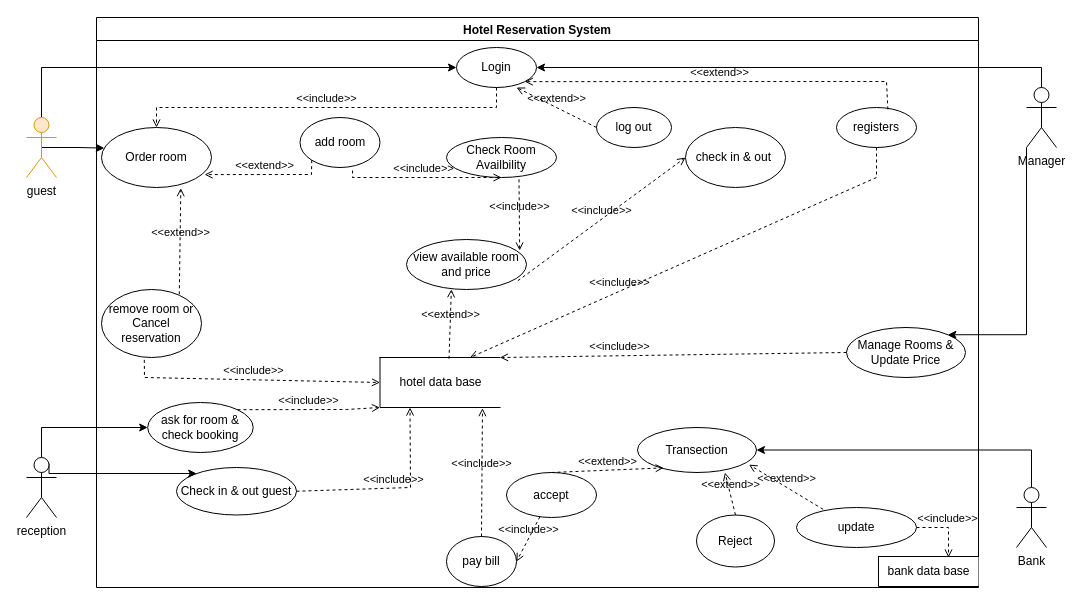
Earlier version of the draw.io diagram use case Vol3.drawio (AhmedTarek-95/System-Desine). Source tidied: cells renumbered, new cells numbered last; positions are measured from the earlier drawing's top-left corner, leaving out a move shared by most shapes. Both pictures are drawn from the tidied source at 100%, with x=0, y=0 at pixel (26, 17).
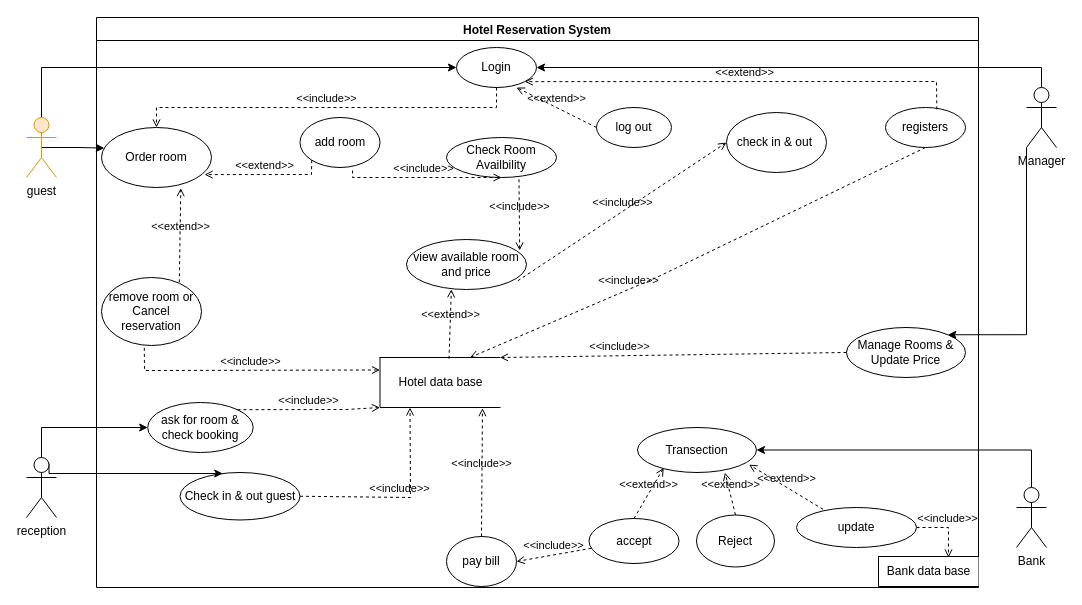
The same page after the edit.

Unchanged cells that the change refers to:
```xml
<mxCell id="5" value="Hotel Reservation System" style="swimlane;" parent="1" vertex="1">
  <mxGeometry x="70" width="882" height="570" as="geometry" />
</mxCell>
<mxCell id="6" value="Login" style="ellipse;whiteSpace=wrap;html=1;" parent="5" vertex="1">
  <mxGeometry x="360" y="30" width="80" height="40" as="geometry" />
</mxCell>
```

The edit, as a diff of the source:
```diff
@@
     <mxCell id="11" value="Check in &amp;amp; out guest" style="ellipse;whiteSpace=wrap;html=1;" parent="5" vertex="1">
-      <mxGeometry x="80" y="450" width="120" height="47.5" as="geometry" />
+      <mxGeometry x="83.5" y="455" width="120" height="47.5" as="geometry" />
     </mxCell>
@@
     <mxCell id="14" value="accept" style="ellipse;whiteSpace=wrap;html=1;" parent="5" vertex="1">
-      <mxGeometry x="410" y="455" width="90" height="45" as="geometry" />
+      <mxGeometry x="492.5" y="501" width="90" height="45" as="geometry" />
     </mxCell>
@@
     <mxCell id="20" value="check in &amp;amp; out&amp;nbsp;" style="ellipse;whiteSpace=wrap;html=1;" parent="5" vertex="1">
-      <mxGeometry x="589" y="110" width="100" height="60" as="geometry" />
+      <mxGeometry x="630" y="95" width="100" height="60" as="geometry" />
     </mxCell>
@@
     <mxCell id="27" value="&amp;lt;&amp;lt;include&amp;gt;&amp;gt;" style="html=1;verticalAlign=bottom;labelBackgroundColor=none;endArrow=open;endFill=0;dashed=1;rounded=0;exitX=1;exitY=0.5;exitDx=0;exitDy=0;entryX=0.25;entryY=1;entryDx=0;entryDy=0;" parent="5" edge="1" source="11" target="36">
       <mxGeometry relative="1" as="geometry">
         <Array as="points">
-          <mxPoint x="314" y="470" />
+          <mxPoint x="314" y="480" />
         </Array>
       </mxGeometry>
     </mxCell>
@@
     <mxCell id="30" value="remove room or Cancel reservation" style="ellipse;whiteSpace=wrap;html=1;" parent="5" vertex="1">
-      <mxGeometry x="5" y="272" width="100" height="68" as="geometry" />
+      <mxGeometry x="5" y="260" width="100" height="68" as="geometry" />
     </mxCell>
@@
-    <mxCell id="33" value="&amp;lt;&amp;lt;include&amp;gt;&amp;gt;" style="html=1;verticalAlign=bottom;labelBackgroundColor=none;endArrow=open;endFill=0;dashed=1;rounded=0;exitX=0.428;exitY=1.035;exitDx=0;exitDy=0;exitPerimeter=0;entryX=0;entryY=0.5;entryDx=0;entryDy=0;" parent="5" edge="1" source="30" target="36">
+    <mxCell id="33" value="&amp;lt;&amp;lt;include&amp;gt;&amp;gt;" style="html=1;verticalAlign=bottom;labelBackgroundColor=none;endArrow=open;endFill=0;dashed=1;rounded=0;exitX=0.428;exitY=1.035;exitDx=0;exitDy=0;exitPerimeter=0;entryX=0;entryY=0.25;entryDx=0;entryDy=0;" parent="5" edge="1" source="30" target="36">
       <mxGeometry relative="1" as="geometry">
         <Array as="points">
-          <mxPoint x="48" y="360" />
+          <mxPoint x="48" y="353" />
         </Array>
       </mxGeometry>
     </mxCell>
@@
-    <mxCell id="36" value="hotel data base" style="html=1;dashed=0;whitespace=wrap;shape=partialRectangle;right=0;" parent="5" vertex="1">
+    <mxCell id="36" value="Hotel data base" style="html=1;dashed=0;whitespace=wrap;shape=partialRectangle;right=0;" parent="5" vertex="1">
       <mxGeometry x="283.5" y="340" width="120" height="50" as="geometry" />
     </mxCell>
-    <mxCell id="37" value="bank data base" style="html=1;dashed=0;whitespace=wrap;shape=partialRectangle;right=0;" parent="5" vertex="1">
+    <mxCell id="37" value="Bank data base" style="html=1;dashed=0;whitespace=wrap;shape=partialRectangle;right=0;" parent="5" vertex="1">
       <mxGeometry x="782" y="539" width="100" height="30" as="geometry" />
     </mxCell>
@@
     <mxCell id="40" value="registers" style="ellipse;whiteSpace=wrap;html=1;" parent="5" vertex="1">
-      <mxGeometry x="740" y="90" width="80" height="40" as="geometry" />
+      <mxGeometry x="789" y="90" width="80" height="40" as="geometry" />
     </mxCell>
     <mxCell id="41" value="&amp;lt;&amp;lt;extend&amp;gt;&amp;gt;" style="html=1;verticalAlign=bottom;labelBackgroundColor=none;endArrow=open;endFill=0;dashed=1;rounded=0;exitX=0.642;exitY=0.046;exitDx=0;exitDy=0;entryX=1;entryY=1;entryDx=0;entryDy=0;exitPerimeter=0;" parent="5" edge="1" source="40" target="6">
       <mxGeometry relative="1" as="geometry">
         <Array as="points">
-          <mxPoint x="790" y="64" />
+          <mxPoint x="840" y="64" />
         </Array>
       </mxGeometry>
     </mxCell>
     <mxCell id="42" value="&amp;lt;&amp;lt;include&amp;gt;&amp;gt;" style="html=1;verticalAlign=bottom;labelBackgroundColor=none;endArrow=open;endFill=0;dashed=1;rounded=0;entryX=0.75;entryY=0;entryDx=0;entryDy=0;exitX=0.5;exitY=1;exitDx=0;exitDy=0;" parent="5" edge="1" source="40" target="36">
       <mxGeometry x="0.31" relative="1" as="geometry">
         <Array as="points">
-          <mxPoint x="780" y="160" />
+          <mxPoint x="560" y="260" />
         </Array>
       </mxGeometry>
     </mxCell>
```
